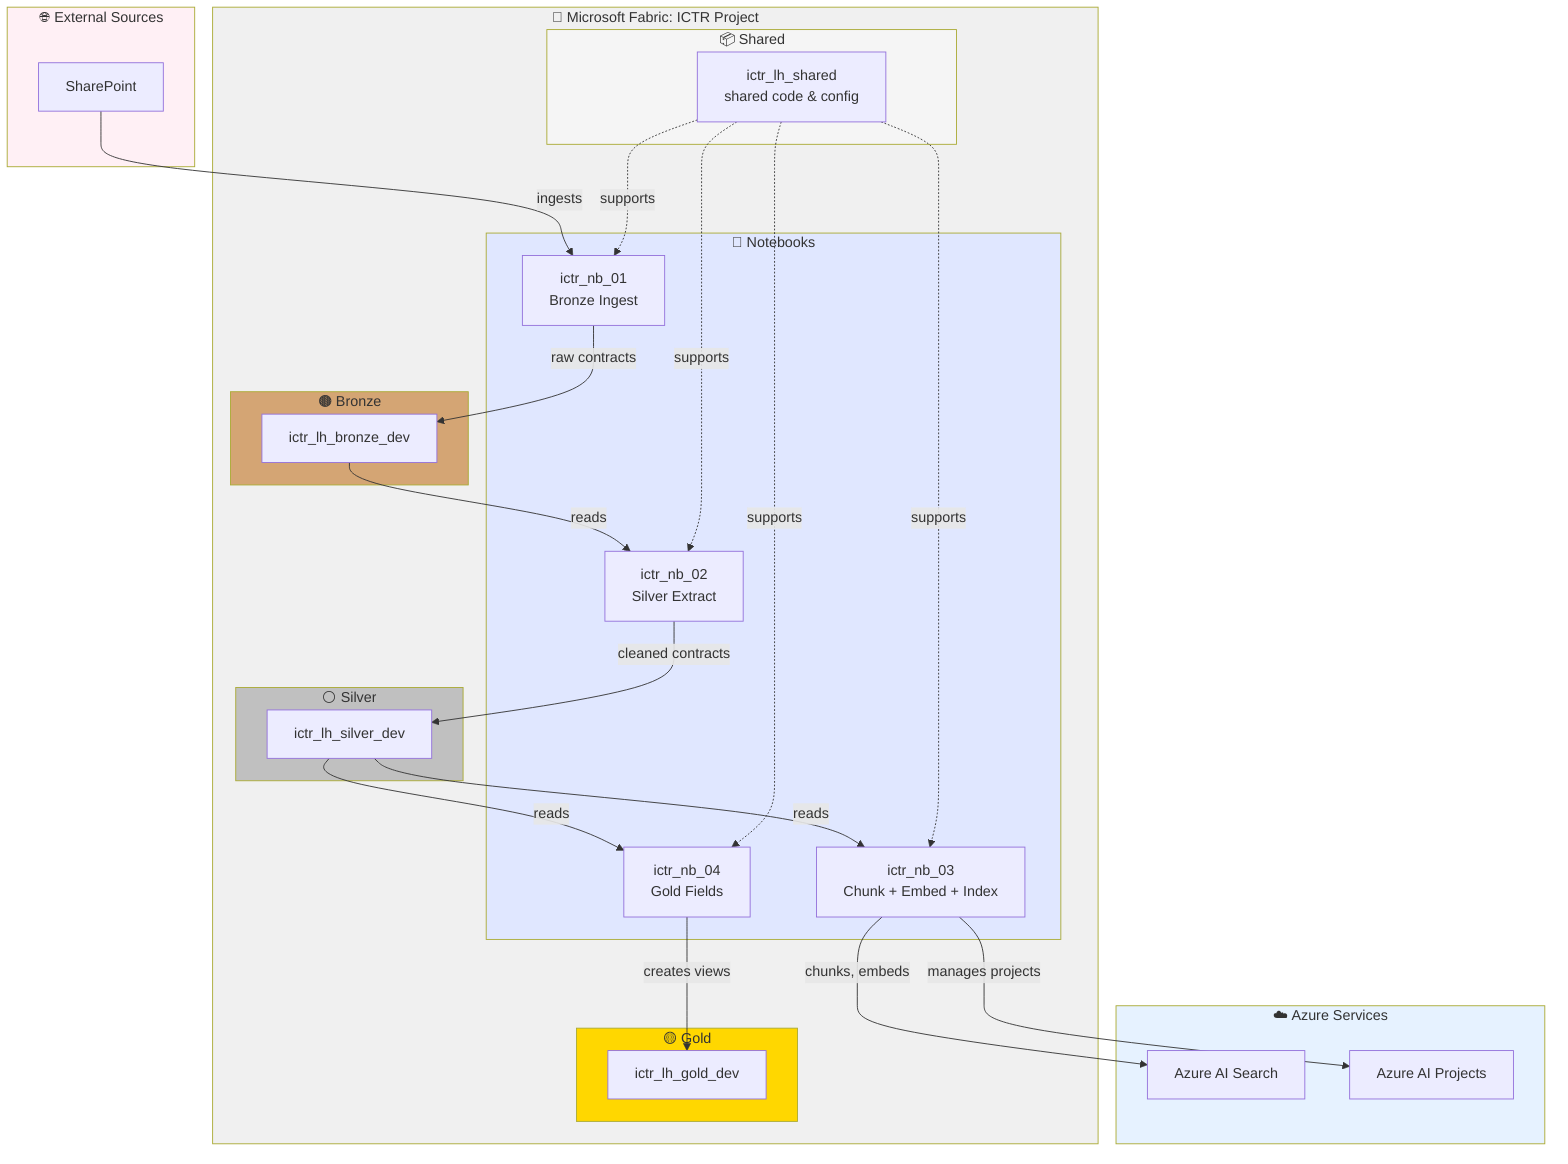
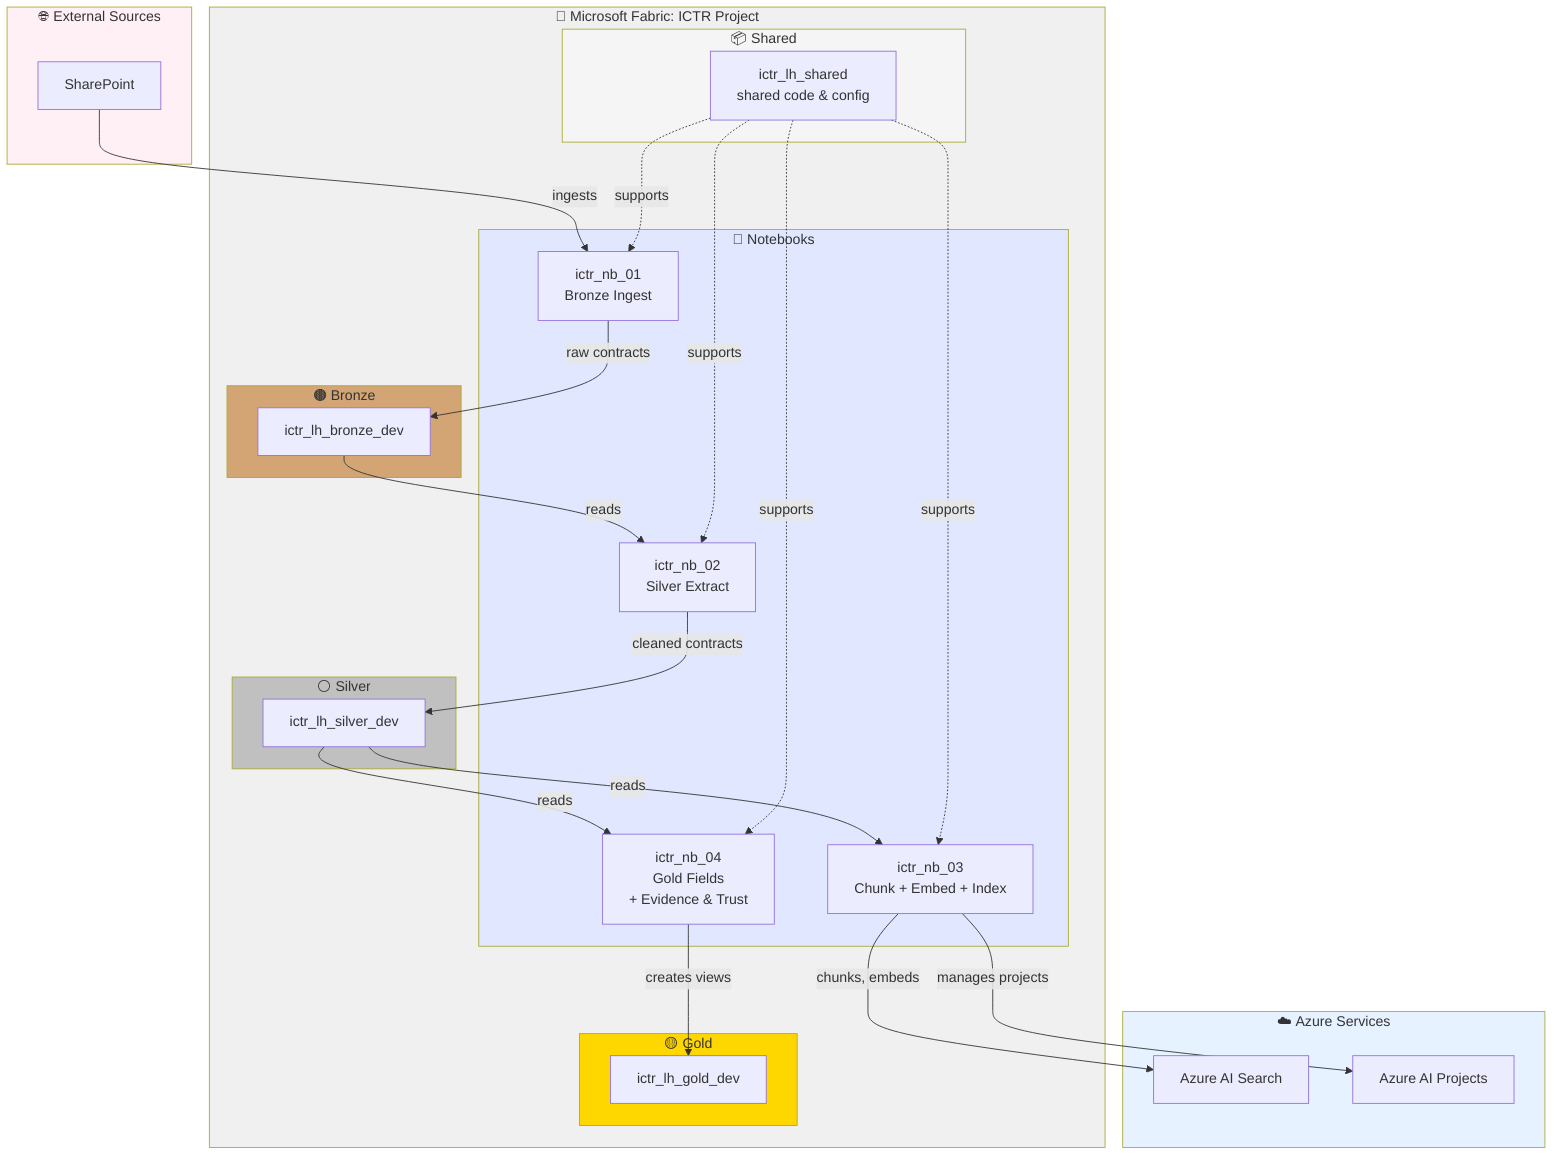
graph TD
    subgraph external["🌐 External Sources"]
        SP["SharePoint"]
    end

    subgraph azure["☁️ Azure Services"]
        AIS["Azure AI Search"]
        AIP["Azure AI Projects"]
    end

    subgraph fabric["🏢 Microsoft Fabric: ICTR Project"]
        subgraph bronze["🟤 Bronze"]
            ICTR_B["ictr_lh_bronze_dev"]
        end

        subgraph silver["⚪ Silver"]
            ICTR_S["ictr_lh_silver_dev"]
        end

        subgraph gold["🟡 Gold"]
            ICTR_G["ictr_lh_gold_dev"]
        end

        subgraph shared["📦 Shared"]
            ICTR_SH["ictr_lh_shared<br/>shared code & config"]
        end

        subgraph notebooks["📓 Notebooks"]
            NB1["ictr_nb_01<br/>Bronze Ingest"]
            NB2["ictr_nb_02<br/>Silver Extract"]
            NB3["ictr_nb_03<br/>Chunk + Embed + Index"]
-             NB4["ictr_nb_04<br/>Gold Fields"]
+             NB4["ictr_nb_04<br/>Gold Fields<br/>+ Evidence &amp; Trust"]
        end
    end

    SP -->|ingests| NB1
    NB1 -->|raw contracts| ICTR_B

    ICTR_B -->|reads| NB2
    NB2 -->|cleaned contracts| ICTR_S

    ICTR_S -->|reads| NB3
    ICTR_S -->|reads| NB4

    NB3 -->|chunks, embeds| AIS
    NB3 -->|manages projects| AIP

    NB4 -->|creates views| ICTR_G

    ICTR_SH -.->|supports| NB1
    ICTR_SH -.->|supports| NB2
    ICTR_SH -.->|supports| NB3
    ICTR_SH -.->|supports| NB4

    style fabric fill:#f0f0f0
    style external fill:#fff0f5
    style azure fill:#e6f2ff
    style bronze fill:#d4a574
    style silver fill:#c0c0c0
    style gold fill:#ffd700
    style shared fill:#f5f5f5
    style notebooks fill:#e0e7ff